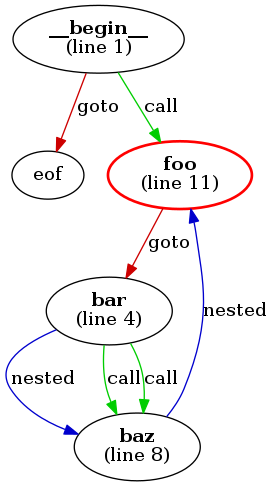
Above: examples/example1-noshowall.png in microsoft/cmd-call-graph (Graphviz), before the change. Its source is kept beside it as examples/example1-noshowall.dot. Its diagram source:
```dot
digraph g {
__begin__ [label=<<b>__begin__</b><br />(line 1)>]
__begin__ -> eof [label=goto,color=red3]
__begin__ -> foo [label=call,color=green3]
baz [label=<<b>baz</b><br />(line 8)>]
baz -> foo [label=nested,color=blue3]
foo [label=<<b>foo</b><br />(line 11)>,color=red,penwidth=2]
foo -> bar [label=goto,color=red3]
bar [label=<<b>bar</b><br />(line 4)>]
bar -> baz [label=nested,color=blue3]
bar -> baz [label=call,color=green3]
bar -> baz [label=call,color=green3]
}
```
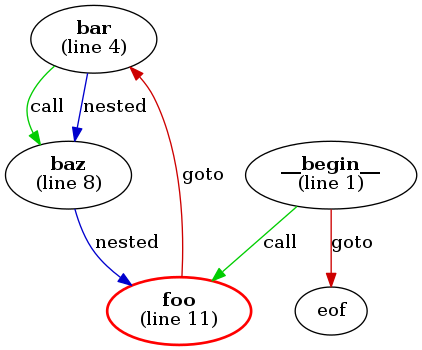
Above is the later version.

What changed in the source:
```diff
@@ -1,13 +1,12 @@
 digraph g {
+bar [label=<<b>bar</b><br />(line 4)>]
+bar -> baz [label=call,color=green3]
+bar -> baz [label=nested,color=blue3]
 __begin__ [label=<<b>__begin__</b><br />(line 1)>]
+__begin__ -> foo [label=call,color=green3]
 __begin__ -> eof [label=goto,color=red3]
-__begin__ -> foo [label=call,color=green3]
+foo [label=<<b>foo</b><br />(line 11)>,color=red,penwidth=2]
+foo -> bar [label=goto,color=red3]
 baz [label=<<b>baz</b><br />(line 8)>]
 baz -> foo [label=nested,color=blue3]
-foo [label=<<b>foo</b><br />(line 11)>,color=red,penwidth=2]
-foo -> bar [label=goto,color=red3]
-bar [label=<<b>bar</b><br />(line 4)>]
-bar -> baz [label=nested,color=blue3]
-bar -> baz [label=call,color=green3]
-bar -> baz [label=call,color=green3]
 }
```
